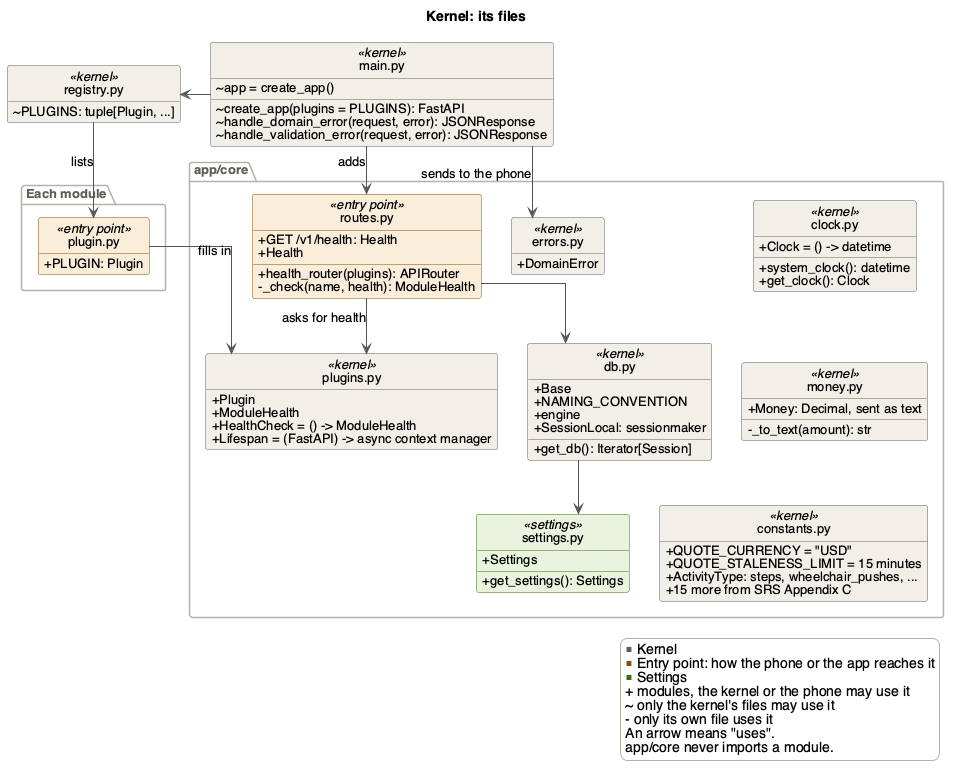
This is docs/Design/SoftArchitecture/figures/core.png from davislenover/BurnNEarn, a PlantUML export, as it was before one commit.
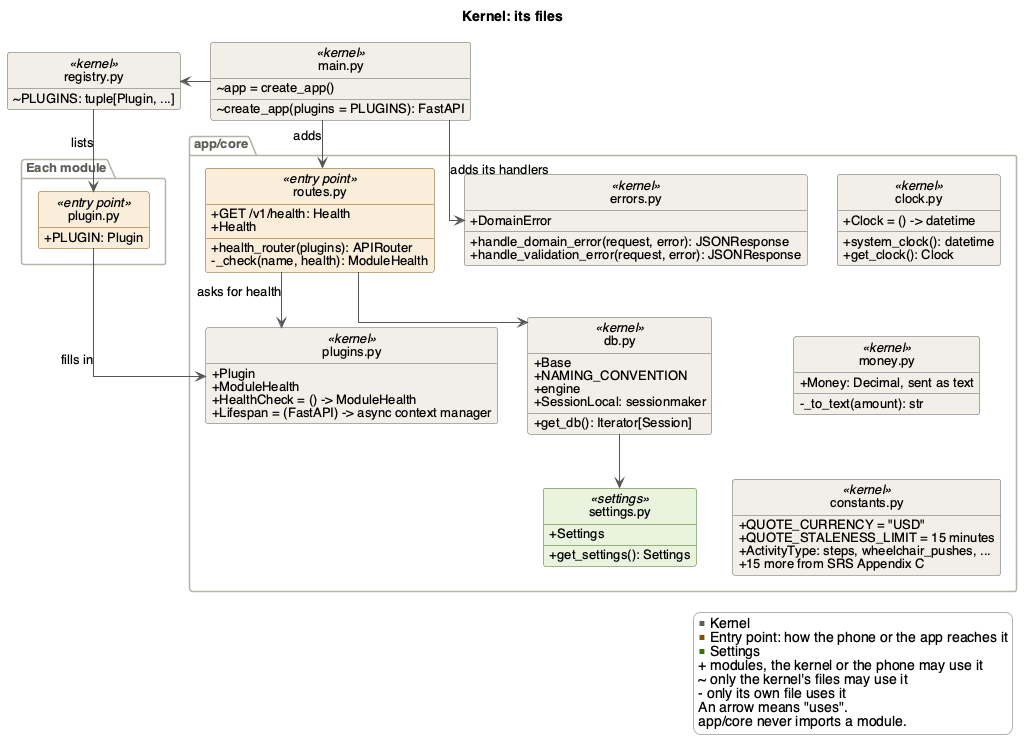
Above is the later version.

Commit message:
Fix rule 4, the users claim and the error handlers' home in the architecture docs

Diff of the diagram source:
```diff
@@ -6,8 +6,6 @@
 class "main.py" as main <<kernel>> {
   {field} ~ app = create_app()
   ~ create_app(plugins = PLUGINS): FastAPI
-  ~ handle_domain_error(request, error): JSONResponse
-  ~ handle_validation_error(request, error): JSONResponse
 }
 class "registry.py" as registry <<kernel>> {
   ~ PLUGINS: tuple[Plugin, ...]
@@ -34,6 +32,8 @@
   }
   class "errors.py" as errors <<kernel>> {
     + DomainError
+    + handle_domain_error(request, error): JSONResponse
+    + handle_validation_error(request, error): JSONResponse
   }
   class "db.py" as db <<kernel>> {
     + Base
@@ -67,7 +67,7 @@
 registry --> modplugin : lists
 modplugin -right-> plugins : fills in
 main --> routes : adds
-main --> errors : sends to the phone
+main --> errors : adds its handlers
 routes --> plugins : asks for health
 routes --> db
 db --> settings
```
